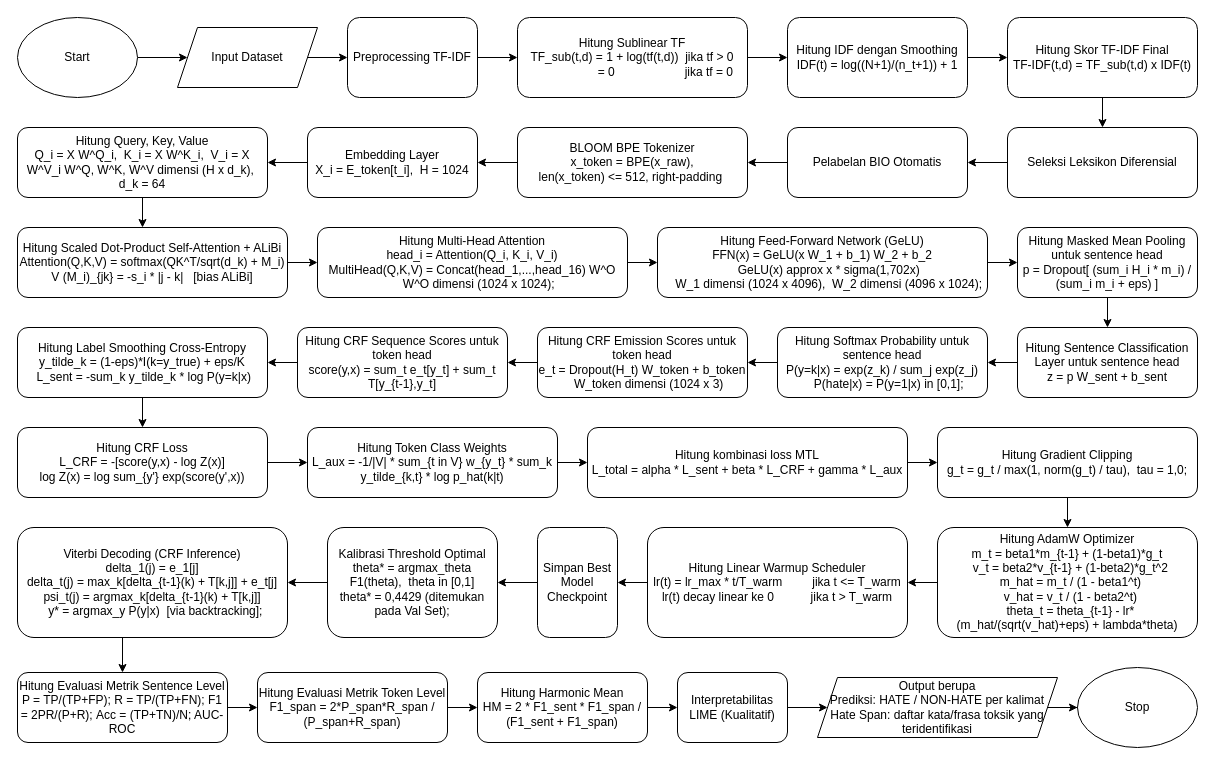
Earlier version of the draw.io diagram page "Matematis" (4 of 5) of thesis.drawio (Jacksonciek/thesis-diagram). Source tidied: cells renumbered, new cells numbered last; positions are measured from the earlier drawing's top-left corner, leaving out a move shared by most shapes. Both pictures are drawn from the tidied source at 100%, with x=0, y=0 at pixel (17, 17).
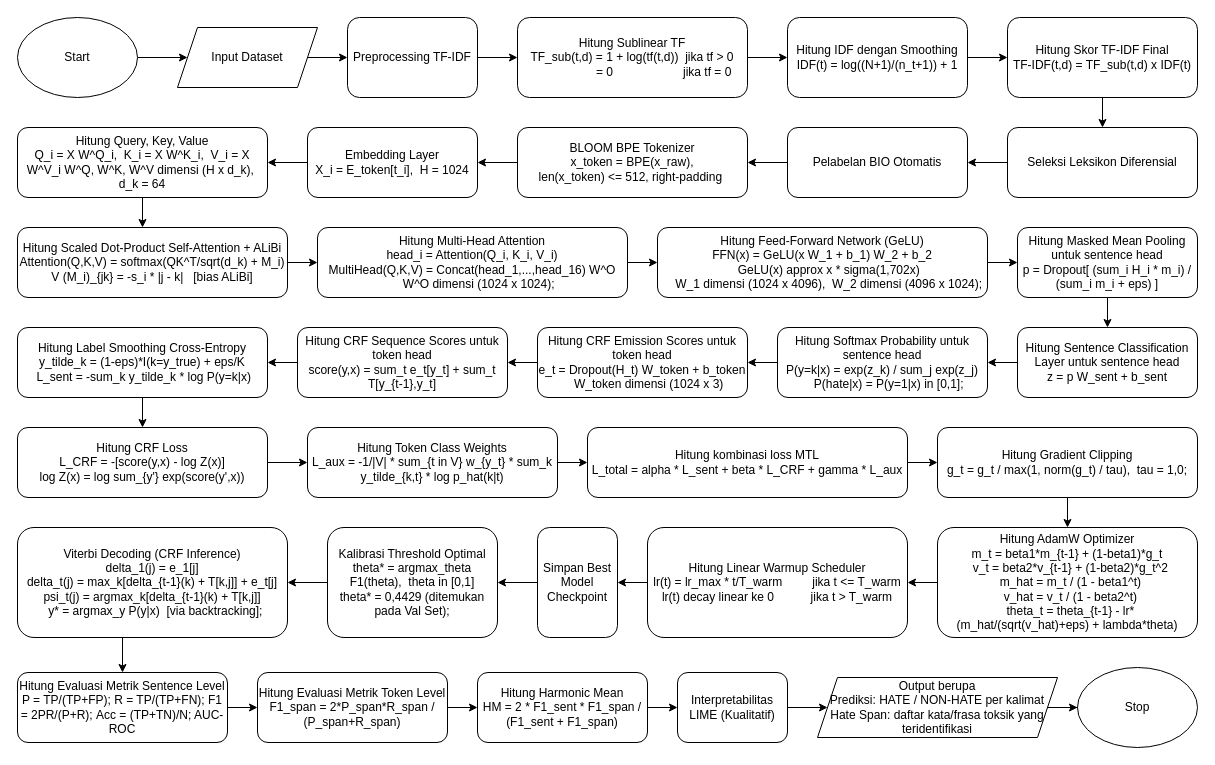
After the change.

Change to the diagram source:
```diff
@@
-    <mxCell id="7" value="Hitung Sublinear TF&lt;div&gt;&lt;div&gt;TF_sub(t,d) = 1 + log(tf(t,d))&amp;nbsp; jika tf &amp;gt; 0&lt;/div&gt;&lt;div&gt;&amp;nbsp; &amp;nbsp; &amp;nbsp; &amp;nbsp; &amp;nbsp; &amp;nbsp; &amp;nbsp; &amp;nbsp; &amp;nbsp; &amp;nbsp; = 0&amp;nbsp; &amp;nbsp; &amp;nbsp; &amp;nbsp; &amp;nbsp; &amp;nbsp; &amp;nbsp; &amp;nbsp; &amp;nbsp; &amp;nbsp; &amp;nbsp;jika tf = 0&lt;/div&gt;&lt;/div&gt;" style="rounded=1;whiteSpace=wrap;html=1;" parent="1" vertex="1">
+    <mxCell id="7" value="Hitung Sublinear TF&lt;div&gt;&lt;div&gt;TF_sub(t,d) = 1 + log(tf(t,d))&amp;nbsp; jika tf &amp;gt; 0&lt;/div&gt;&lt;div&gt;&amp;nbsp; &amp;nbsp; &amp;nbsp; &amp;nbsp; &amp;nbsp; &amp;nbsp; &amp;nbsp; &amp;nbsp; &amp;nbsp; &amp;nbsp;= 0&amp;nbsp; &amp;nbsp; &amp;nbsp; &amp;nbsp; &amp;nbsp; &amp;nbsp; &amp;nbsp; &amp;nbsp; &amp;nbsp; &amp;nbsp; &amp;nbsp;jika tf = 0&lt;/div&gt;&lt;/div&gt;" style="rounded=1;whiteSpace=wrap;html=1;" parent="1" vertex="1">
       <mxGeometry x="500" width="230" height="80" as="geometry" />
     </mxCell>
```
